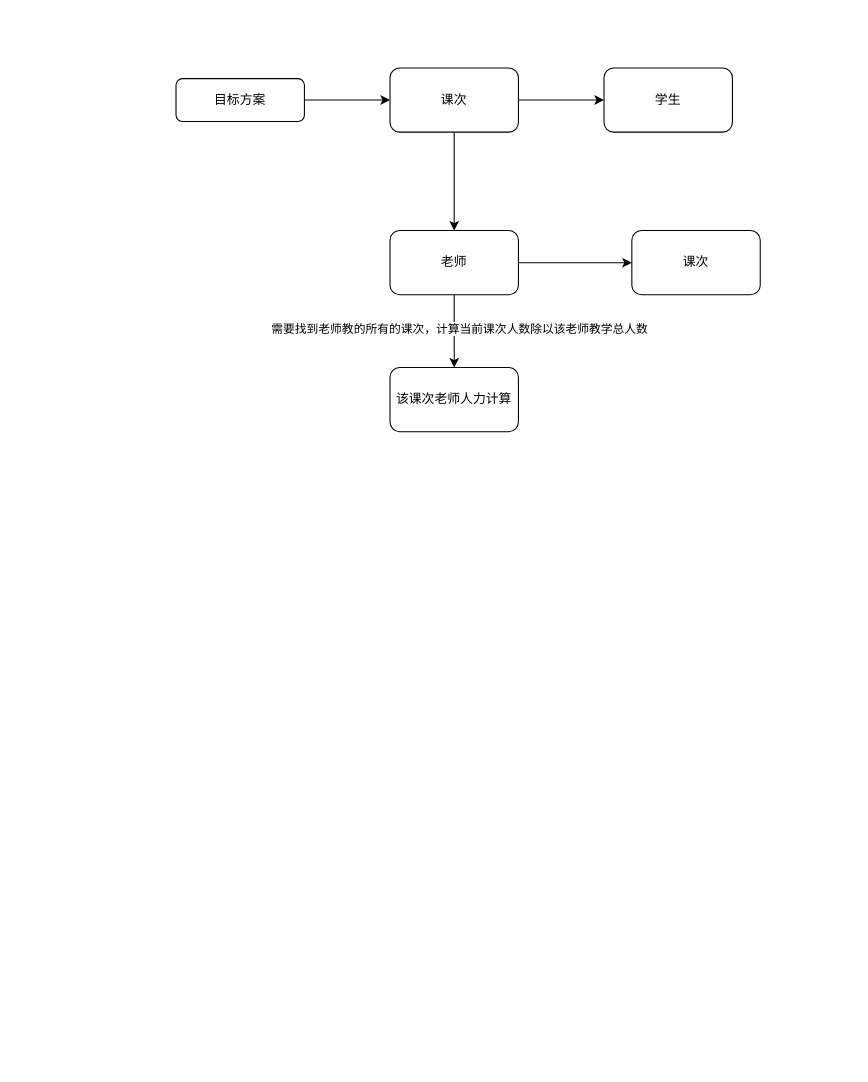
Before: 师生比程序流图.drawio in KinMan-ZHR/picture-bed, a draw.io diagram. Source tidied: cells renumbered, new cells numbered last; positions are measured from the earlier drawing's top-left corner, leaving out a move shared by most shapes. Both pictures are drawn from the tidied source at 107%, with x=0, y=0 at pixel (175, 67).
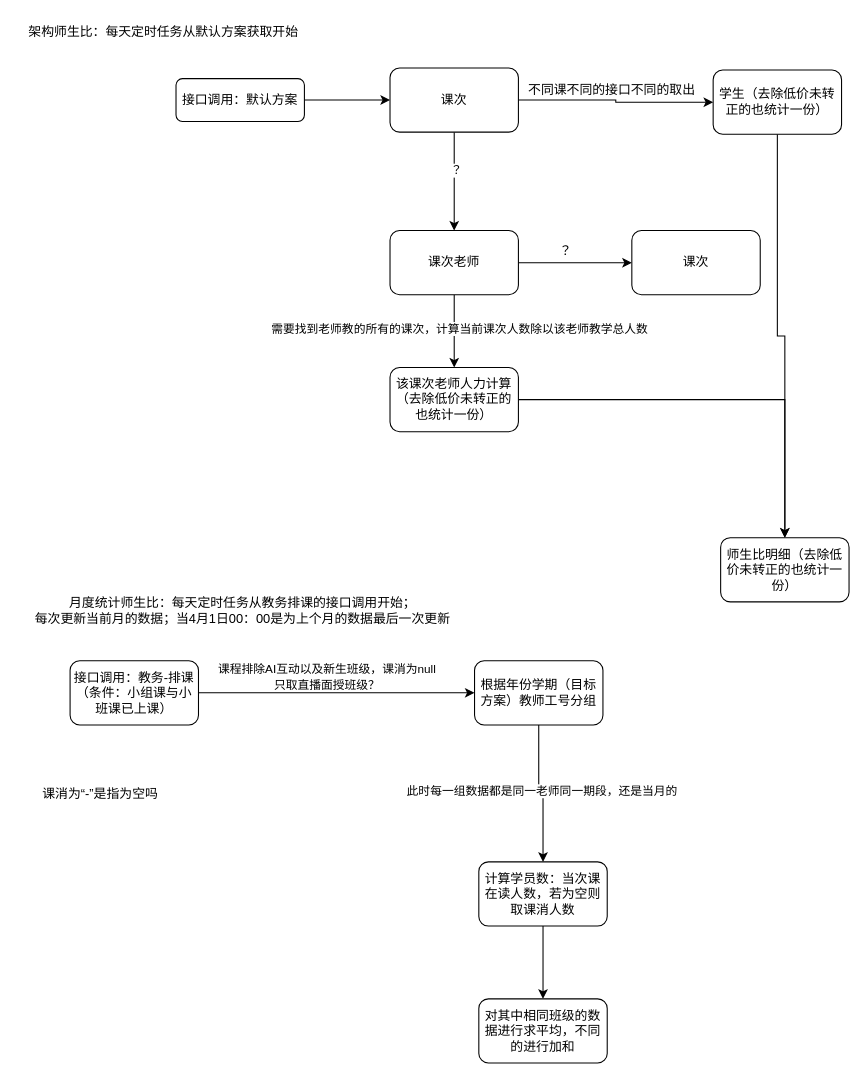
Above is the later version.

Commit message:
更新师生比程序流图.drawio

The change refers to these unchanged cells:
```xml
<mxCell id="4" style="edgeStyle=orthogonalEdgeStyle;rounded=0;jettySize=auto;html=1;" parent="1" edge="1" source="6" target="10">
  <mxGeometry relative="1" as="geometry" />
</mxCell>
```

The edit, as a diff of the source:
```diff
@@
-    <mxCell id="3" value="目标方案" style="rounded=1;whiteSpace=wrap;html=1;fontSize=12;glass=0;strokeWidth=1;shadow=0;" parent="1" vertex="1">
+    <mxCell id="3" value="接口调用：默认方案" style="rounded=1;whiteSpace=wrap;html=1;fontSize=12;glass=0;strokeWidth=1;shadow=0;" parent="1" vertex="1">
       <mxGeometry y="10" width="120" height="40" as="geometry" />
     </mxCell>
@@
+    <mxCell id="14" value="？" style="edgeLabel;html=1;align=center;verticalAlign=middle;" parent="4" vertex="1">
+      <mxGeometry x="-0.24" y="1" relative="1" as="geometry" />
+    </mxCell>
@@
-    <mxCell id="10" value="老师" style="whiteSpace=wrap;html=1;rounded=1;glass=0;strokeWidth=1;shadow=0;" parent="1" vertex="1">
+    <mxCell id="10" value="课次老师" style="whiteSpace=wrap;html=1;rounded=1;glass=0;strokeWidth=1;shadow=0;" parent="1" vertex="1">
       <mxGeometry x="200" y="152" width="120" height="60" as="geometry" />
     </mxCell>
+    <mxCell id="15" style="edgeStyle=orthogonalEdgeStyle;rounded=0;jettySize=auto;html=1;entryX=0.5;entryY=0;entryDx=0;entryDy=0;" parent="1" edge="1" source="11" target="27">
+      <mxGeometry relative="1" as="geometry" />
+    </mxCell>
-    <mxCell id="11" value="学生" style="whiteSpace=wrap;html=1;rounded=1;glass=0;strokeWidth=1;shadow=0;" parent="1" vertex="1">
-      <mxGeometry x="400" width="120" height="60" as="geometry" />
+    <mxCell id="11" value="学生（去除低价未转正的也统计一份）" style="whiteSpace=wrap;html=1;rounded=1;glass=0;strokeWidth=1;shadow=0;" parent="1" vertex="1">
+      <mxGeometry x="502" y="2" width="120" height="60" as="geometry" />
     </mxCell>
+    <mxCell id="16" style="edgeStyle=orthogonalEdgeStyle;rounded=0;jettySize=auto;html=1;entryX=0.5;entryY=0;entryDx=0;entryDy=0;" parent="1" edge="1" source="12" target="27">
+      <mxGeometry relative="1" as="geometry" />
+    </mxCell>
-    <mxCell id="12" value="该课次老师人力计算" style="whiteSpace=wrap;html=1;rounded=1;glass=0;strokeWidth=1;shadow=0;" parent="1" vertex="1">
+    <mxCell id="12" value="该课次老师人力计算（去除低价未转正的也统计一份）" style="whiteSpace=wrap;html=1;rounded=1;glass=0;strokeWidth=1;shadow=0;" parent="1" vertex="1">
       <mxGeometry x="200" y="280" width="120" height="60" as="geometry" />
     </mxCell>
@@
+    <mxCell id="17" style="edgeStyle=orthogonalEdgeStyle;rounded=0;jettySize=auto;html=1;" parent="1" edge="1" source="18" target="23">
+      <mxGeometry relative="1" as="geometry" />
+    </mxCell>
+    <mxCell id="18" value="接口调用：教务-排课（条件：小组课与小班课已上课）" style="rounded=1;whiteSpace=wrap;html=1;" parent="1" vertex="1">
+      <mxGeometry x="-99" y="554" width="120" height="60" as="geometry" />
+    </mxCell>
+    <mxCell id="19" value="架构师生比：每天定时任务从默认方案获取开始" style="text;html=1;align=center;verticalAlign=middle;strokeColor=none;fillColor=none;" parent="1" vertex="1">
+      <mxGeometry x="-147" y="-46" width="270" height="26" as="geometry" />
+    </mxCell>
+    <mxCell id="20" value="不同课不同的接口不同的取出" style="text;html=1;align=center;verticalAlign=middle;strokeColor=none;fillColor=none;" parent="1" vertex="1">
+      <mxGeometry x="320" y="8" width="174" height="26" as="geometry" />
+    </mxCell>
+    <mxCell id="21" style="edgeStyle=orthogonalEdgeStyle;rounded=0;jettySize=auto;html=1;" parent="1" edge="1" source="23" target="25">
+      <mxGeometry relative="1" as="geometry" />
+    </mxCell>
+    <mxCell id="22" value="此时每一组数据都是同一老师同一期段，还是当月的" style="edgeLabel;html=1;align=center;verticalAlign=middle;" parent="21" vertex="1">
+      <mxGeometry y="3" relative="1" as="geometry" />
+    </mxCell>
+    <mxCell id="23" value="根据年份学期（目标方案）教师工号分组" style="rounded=1;whiteSpace=wrap;html=1;" parent="1" vertex="1">
+      <mxGeometry x="279" y="554" width="120" height="60" as="geometry" />
+    </mxCell>
+    <mxCell id="24" style="edgeStyle=orthogonalEdgeStyle;rounded=0;jettySize=auto;html=1;" parent="1" edge="1" source="25" target="29">
+      <mxGeometry relative="1" as="geometry" />
+    </mxCell>
+    <mxCell id="25" value="计算学员数：当次课在读人数，若为空则取课消人数" style="whiteSpace=wrap;html=1;rounded=1;" parent="1" vertex="1">
+      <mxGeometry x="283" y="742" width="120" height="60" as="geometry" />
+    </mxCell>
+    <mxCell id="26" value="？" style="text;html=1;align=center;verticalAlign=middle;strokeColor=none;fillColor=none;" parent="1" vertex="1">
+      <mxGeometry x="349" y="158" width="30" height="26" as="geometry" />
+    </mxCell>
+    <mxCell id="27" value="师生比明细（去除低价未转正的也统计一份）" style="rounded=1;whiteSpace=wrap;html=1;" parent="1" vertex="1">
+      <mxGeometry x="509" y="439" width="120" height="60" as="geometry" />
+    </mxCell>
+    <mxCell id="28" value="月度统计师生比：每天定时任务从教务排课的接口调用开始；&lt;div&gt;每次更新当前月的数据；当4月1日00：00是为上个月的数据最后一次更新&lt;/div&gt;" style="text;html=1;align=center;verticalAlign=middle;strokeColor=none;fillColor=none;" parent="1" vertex="1">
+      <mxGeometry x="-141" y="486" width="406" height="41" as="geometry" />
+    </mxCell>
+    <mxCell id="29" value="对其中相同班级的数据进行求平均，不同的进行加和" style="whiteSpace=wrap;html=1;rounded=1;" parent="1" vertex="1">
+      <mxGeometry x="283" y="870" width="120" height="60" as="geometry" />
+    </mxCell>
+    <mxCell id="30" value="&lt;span style=&quot;font-size: 11px; background-color: rgb(255, 255, 255);&quot;&gt;课程排除AI互动以及新生班级，课消为null&lt;/span&gt;&lt;div&gt;&lt;span style=&quot;font-size: 11px; background-color: rgb(255, 255, 255);&quot;&gt;只取直播面授班级？&lt;/span&gt;&lt;/div&gt;" style="text;html=1;align=center;verticalAlign=middle;strokeColor=none;fillColor=none;" parent="1" vertex="1">
+      <mxGeometry x="30" y="548" width="222" height="41" as="geometry" />
+    </mxCell>
+    <mxCell id="31" value="课消为“-”是指为空吗" style="text;html=1;align=center;verticalAlign=middle;strokeColor=none;fillColor=none;" parent="1" vertex="1">
+      <mxGeometry x="-134" y="666" width="126" height="26" as="geometry" />
+    </mxCell>
```
